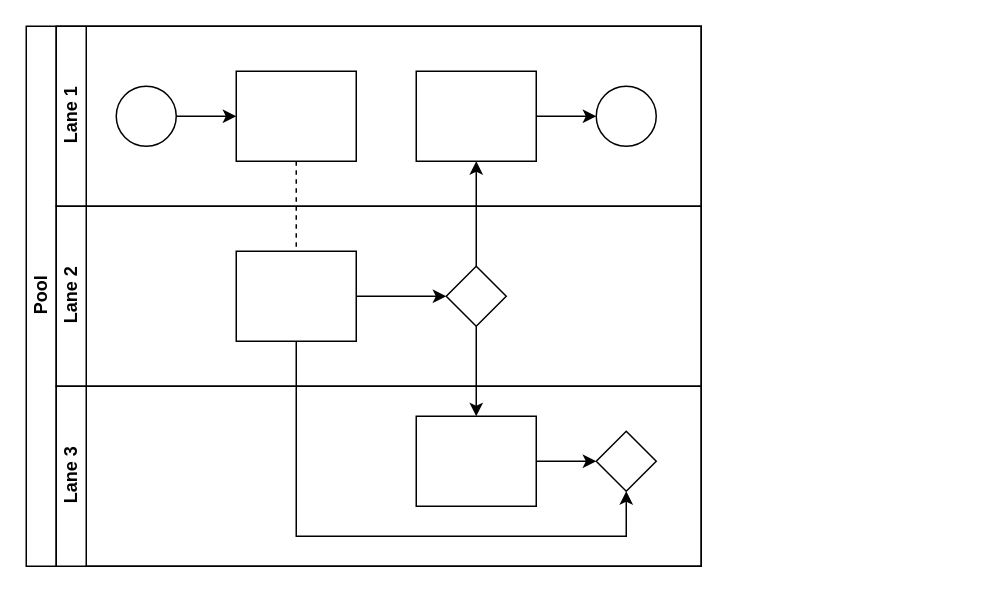
The draw.io diagram chh-push-notification-swimlane.drawio in anon-legion/chh-push-notification, before the edit. Source tidied: cells renumbered, new cells numbered last; positions are measured from the earlier drawing's top-left corner, leaving out a move shared by most shapes. Both pictures are drawn from the tidied source at 150%, with x=0, y=0 at pixel (26, 26).
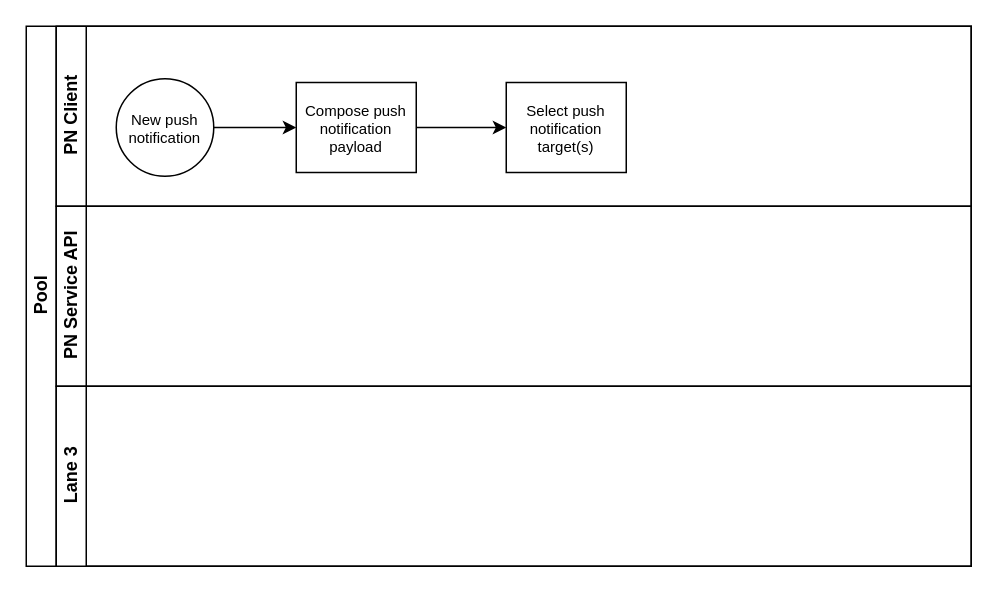
The same page after the edit.

Diff of the diagram source:
```diff
@@
     <mxCell id="2" value="Pool" style="swimlane;html=1;horizontal=0;startSize=20;" parent="1" vertex="1">
-      <mxGeometry width="450" height="360" as="geometry" />
+      <mxGeometry width="630" height="360" as="geometry" />
     </mxCell>
-    <mxCell id="3" style="edgeStyle=orthogonalEdgeStyle;rounded=0;jettySize=auto;html=1;dashed=1;endArrow=none;endFill=0;" parent="2" edge="1" source="10" target="16">
-      <mxGeometry relative="1" as="geometry" />
-    </mxCell>
-    <mxCell id="4" style="edgeStyle=orthogonalEdgeStyle;rounded=0;jettySize=auto;html=1;endArrow=classic;endFill=1;" parent="2" edge="1" source="17" target="12">
-      <mxGeometry relative="1" as="geometry" />
-    </mxCell>
-    <mxCell id="5" style="edgeStyle=orthogonalEdgeStyle;rounded=0;jettySize=auto;html=1;endArrow=classic;endFill=1;" parent="2" edge="1" source="17" target="20">
-      <mxGeometry relative="1" as="geometry" />
-    </mxCell>
-    <mxCell id="6" style="edgeStyle=orthogonalEdgeStyle;rounded=0;jettySize=auto;html=1;endArrow=classic;endFill=1;" parent="2" edge="1" source="16" target="21">
-      <mxGeometry relative="1" as="geometry">
-        <Array as="points">
-          <mxPoint x="180" y="340" />
-          <mxPoint x="400" y="340" />
-        </Array>
-      </mxGeometry>
-    </mxCell>
-    <mxCell id="7" value="Lane 1" style="swimlane;html=1;startSize=20;horizontal=0;" parent="2" vertex="1">
-      <mxGeometry x="20" width="430" height="120" as="geometry" />
+    <mxCell id="7" value="&lt;div&gt;PN Client&lt;/div&gt;" style="swimlane;html=1;startSize=20;horizontal=0;" parent="2" vertex="1">
+      <mxGeometry x="20" width="610" height="120" as="geometry" />
     </mxCell>
@@
-    <mxCell id="9" style="ellipse;whiteSpace=wrap;html=1;" parent="7" vertex="1">
-      <mxGeometry x="40" y="40" width="40" height="40" as="geometry" />
+    <mxCell id="9" value="New push notification" style="ellipse;whiteSpace=wrap;html=1;fontSize=10;rotation=0;" parent="7" vertex="1">
+      <mxGeometry x="40" y="35" width="65" height="65" as="geometry" />
     </mxCell>
+    <mxCell id="22" style="edgeStyle=orthogonalEdgeStyle;rounded=0;jettySize=auto;html=1;exitX=1;exitY=0.5;exitDx=0;exitDy=0;entryX=0;entryY=0.5;entryDx=0;entryDy=0;" parent="7" edge="1" source="10" target="23">
+      <mxGeometry relative="1" as="geometry" />
+    </mxCell>
-    <mxCell id="10" style="rounded=0;whiteSpace=wrap;html=1;fontFamily=Helvetica;fontSize=12;fontColor=#000000;align=center;" parent="7" vertex="1">
-      <mxGeometry x="120" y="30" width="80" height="60" as="geometry" />
+    <mxCell id="10" value="Compose push notification payload" style="rounded=0;whiteSpace=wrap;html=1;fontFamily=Helvetica;fontSize=10;fontColor=#000000;align=center;" parent="7" vertex="1">
+      <mxGeometry x="160" y="37.5" width="80" height="60" as="geometry" />
     </mxCell>
-    <mxCell id="11" style="edgeStyle=orthogonalEdgeStyle;rounded=0;jettySize=auto;html=1;endArrow=classic;endFill=1;" parent="7" edge="1" source="12" target="13">
-      <mxGeometry relative="1" as="geometry" />
-    </mxCell>
-    <mxCell id="12" style="rounded=0;whiteSpace=wrap;html=1;fontFamily=Helvetica;fontSize=12;fontColor=#000000;align=center;" parent="7" vertex="1">
-      <mxGeometry x="240" y="30" width="80" height="60" as="geometry" />
-    </mxCell>
-    <mxCell id="13" style="ellipse;whiteSpace=wrap;html=1;" parent="7" vertex="1">
-      <mxGeometry x="360" y="40" width="40" height="40" as="geometry" />
-    </mxCell>
+    <mxCell id="23" value="Select push notification target(s)" style="rounded=0;whiteSpace=wrap;html=1;fontFamily=Helvetica;fontSize=10;fontColor=#000000;align=center;" parent="7" vertex="1">
+      <mxGeometry x="300" y="37.5" width="80" height="60" as="geometry" />
+    </mxCell>
-    <mxCell id="14" value="Lane 2" style="swimlane;html=1;startSize=20;horizontal=0;" parent="2" vertex="1">
-      <mxGeometry x="20" y="120" width="430" height="120" as="geometry" />
+    <mxCell id="14" value="&lt;div&gt;PN Service API&lt;br&gt;&lt;/div&gt;" style="swimlane;html=1;startSize=20;horizontal=0;" parent="2" vertex="1">
+      <mxGeometry x="20" y="120" width="610" height="120" as="geometry" />
     </mxCell>
-    <mxCell id="15" style="edgeStyle=orthogonalEdgeStyle;rounded=0;jettySize=auto;html=1;endArrow=classic;endFill=1;" parent="14" edge="1" source="16" target="17">
-      <mxGeometry relative="1" as="geometry" />
-    </mxCell>
-    <mxCell id="16" style="rounded=0;whiteSpace=wrap;html=1;fontFamily=Helvetica;fontSize=12;fontColor=#000000;align=center;" parent="14" vertex="1">
-      <mxGeometry x="120" y="30" width="80" height="60" as="geometry" />
-    </mxCell>
-    <mxCell id="17" style="rhombus;whiteSpace=wrap;html=1;fontFamily=Helvetica;fontSize=12;fontColor=#000000;align=center;" parent="14" vertex="1">
-      <mxGeometry x="260" y="40" width="40" height="40" as="geometry" />
-    </mxCell>
     <mxCell id="18" value="Lane 3" style="swimlane;html=1;startSize=20;horizontal=0;" parent="2" vertex="1">
-      <mxGeometry x="20" y="240" width="430" height="120" as="geometry" />
+      <mxGeometry x="20" y="240" width="610" height="120" as="geometry" />
     </mxCell>
-    <mxCell id="19" style="edgeStyle=orthogonalEdgeStyle;rounded=0;jettySize=auto;html=1;endArrow=classic;endFill=1;" parent="18" edge="1" source="20" target="21">
-      <mxGeometry relative="1" as="geometry" />
-    </mxCell>
-    <mxCell id="20" style="rounded=0;whiteSpace=wrap;html=1;fontFamily=Helvetica;fontSize=12;fontColor=#000000;align=center;" parent="18" vertex="1">
-      <mxGeometry x="240" y="20" width="80" height="60" as="geometry" />
-    </mxCell>
-    <mxCell id="21" style="rhombus;whiteSpace=wrap;html=1;fontFamily=Helvetica;fontSize=12;fontColor=#000000;align=center;" parent="18" vertex="1">
-      <mxGeometry x="360" y="30" width="40" height="40" as="geometry" />
-    </mxCell>
```
